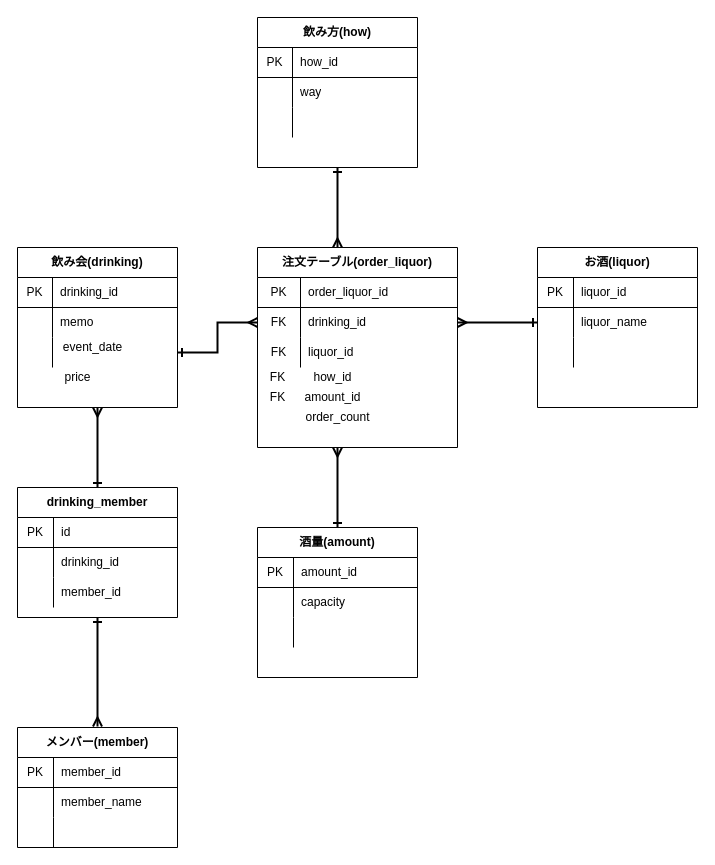
The draw.io diagram db_er.dio in koki1126/alcorec, before the edit. Source tidied: cells renumbered, new cells numbered last; positions are measured from the earlier drawing's top-left corner, leaving out a move shared by most shapes. Both pictures are drawn from the tidied source at 100%, with x=0, y=0 at pixel (17, 17).
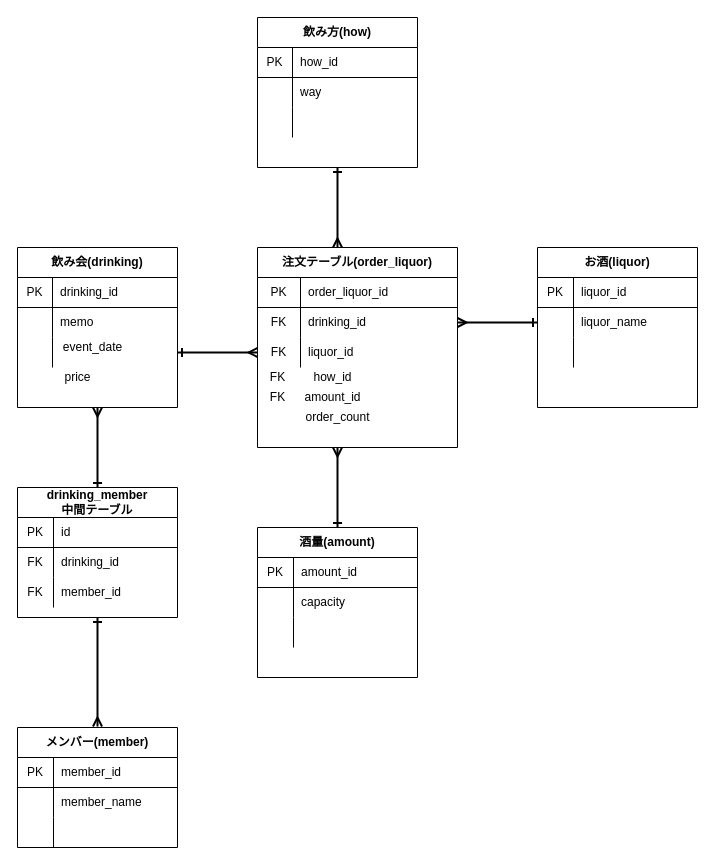
After the change.

Unchanged cells that the change refers to:
```xml
<mxCell id="9" style="shape=partialRectangle;html=1;whiteSpace=wrap;fillColor=none;top=0;left=0;bottom=0;right=0;points=[[0,0.5],[1,0.5]];portConstraint=eastwest;" parent="2" vertex="1">
  <mxGeometry y="90" width="160" height="30" as="geometry" />
</mxCell>
<mxCell id="30" style="shape=partialRectangle;html=1;whiteSpace=wrap;fillColor=none;top=0;left=0;bottom=0;right=0;" parent="26" vertex="1">
  <mxGeometry y="60" width="160" height="30" as="geometry" />
</mxCell>
<mxCell id="33" style="shape=partialRectangle;html=1;whiteSpace=wrap;fillColor=none;top=0;left=0;bottom=0;right=0;" parent="26" vertex="1">
  <mxGeometry y="90" width="160" height="30" as="geometry" />
</mxCell>
<mxCell id="50" style="shape=partialRectangle;html=1;whiteSpace=wrap;fillColor=none;top=0;left=0;bottom=0;right=0;points=[[0,0.5],[1,0.5]];portConstraint=eastwest;" parent="46" vertex="1">
  <mxGeometry y="60" width="200" height="30" as="geometry" />
</mxCell>
<mxCell id="53" style="shape=partialRectangle;html=1;whiteSpace=wrap;fillColor=none;top=0;left=0;bottom=0;right=0;points=[[0,0.5],[1,0.5]];portConstraint=eastwest;" parent="46" vertex="1">
  <mxGeometry y="90" width="200" height="30" as="geometry" />
</mxCell>
```

Diff of the diagram source:
```diff
@@
-    <mxCell id="26" value="drinking_member" style="shape=table;html=1;whiteSpace=wrap;startSize=30;childLayout=tableLayout;rowLines=0;fontStyle=1;align=center;" parent="1" vertex="1">
+    <mxCell id="26" value="drinking_member&lt;br&gt;中間テーブル" style="shape=table;html=1;whiteSpace=wrap;startSize=30;childLayout=tableLayout;rowLines=0;fontStyle=1;align=center;" parent="1" vertex="1">
       <mxGeometry y="470" width="160" height="130" as="geometry" />
     </mxCell>
@@
-    <mxCell id="31" style="shape=partialRectangle;html=1;whiteSpace=wrap;fillColor=none;top=0;left=0;bottom=0;right=0;overflow=hidden;" parent="30" vertex="1">
+    <mxCell id="31" value="FK" style="shape=partialRectangle;html=1;whiteSpace=wrap;fillColor=none;top=0;left=0;bottom=0;right=0;overflow=hidden;" parent="30" vertex="1">
       <mxGeometry width="36" height="30" as="geometry" />
     </mxCell>
@@
-    <mxCell id="34" style="shape=partialRectangle;html=1;whiteSpace=wrap;fillColor=none;top=0;left=0;bottom=0;right=0;overflow=hidden;" parent="33" vertex="1">
+    <mxCell id="34" value="FK" style="shape=partialRectangle;html=1;whiteSpace=wrap;fillColor=none;top=0;left=0;bottom=0;right=0;overflow=hidden;" parent="33" vertex="1">
       <mxGeometry width="36" height="30" as="geometry" />
     </mxCell>
@@
-    <mxCell id="56" style="edgeStyle=orthogonalEdgeStyle;rounded=0;jettySize=auto;html=1;exitX=1;exitY=0.5;exitDx=0;exitDy=0;entryX=0;entryY=0.5;entryDx=0;entryDy=0;startArrow=ERone;startFill=0;endArrow=ERmany;endFill=0;targetPerimeterSpacing=0;strokeWidth=2;" parent="1" edge="1" source="9" target="50">
+    <mxCell id="56" style="edgeStyle=orthogonalEdgeStyle;rounded=0;jettySize=auto;html=1;exitX=1;exitY=0.5;exitDx=0;exitDy=0;startArrow=ERone;startFill=0;endArrow=ERmany;endFill=0;targetPerimeterSpacing=0;strokeWidth=2;entryX=0;entryY=0.5;entryDx=0;entryDy=0;" parent="1" edge="1" source="9" target="53">
       <mxGeometry relative="1" as="geometry" />
     </mxCell>
```
